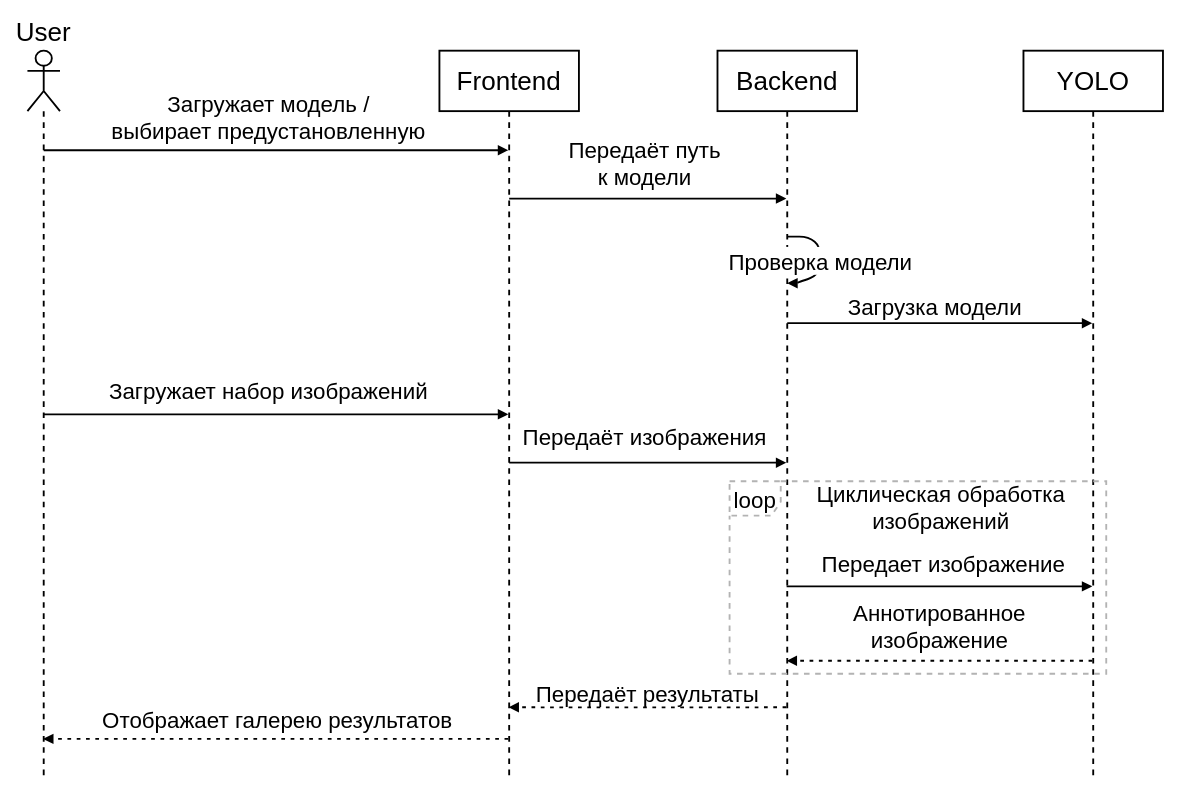
Before: page "Страница — 1" (1 of 3) of ВКР/Диаграмма.drawio in FaceMan01/Homework, a draw.io diagram. Source tidied: cells renumbered, new cells numbered last; positions are measured from the earlier drawing's top-left corner, leaving out a move shared by most shapes. Both pictures are drawn from the tidied source at 93%, with x=0, y=0 at pixel (27, 50).
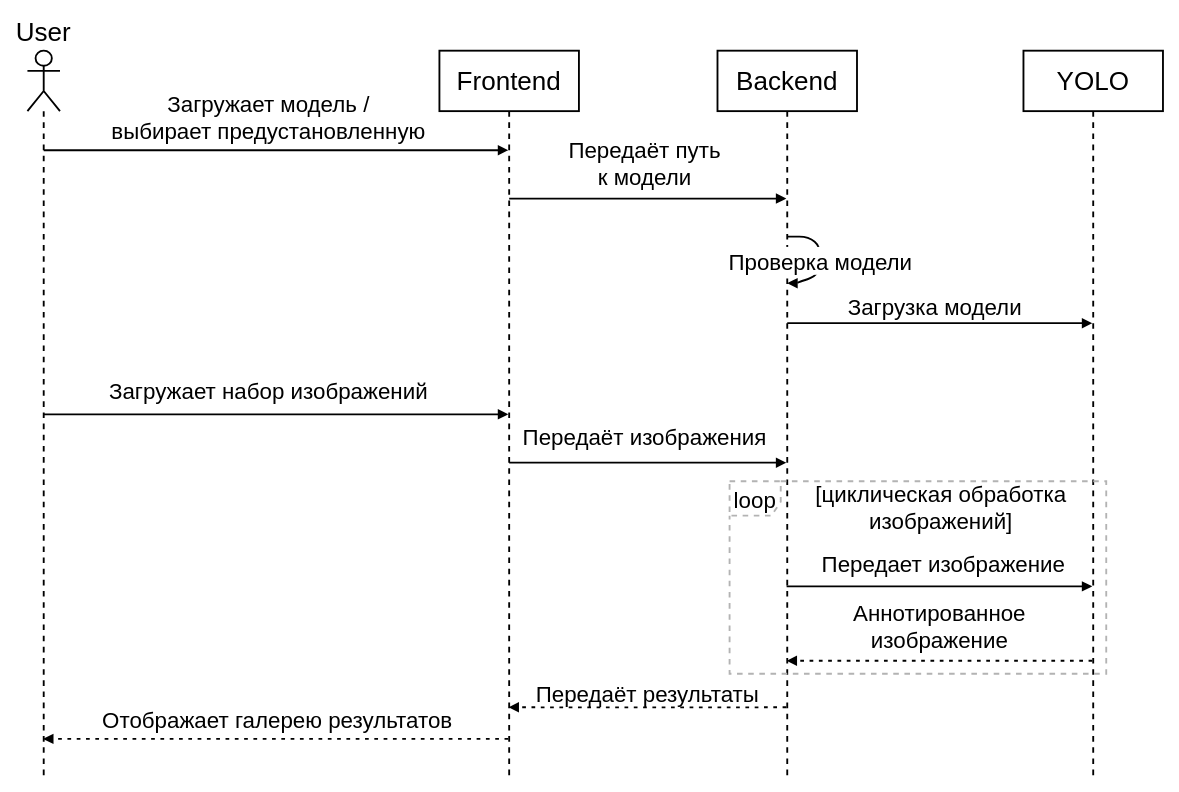
The same page after the edit.

Change to the diagram source:
```diff
@@
-    <mxCell id="17" value="Циклическая обработка&#10;изображений" style="text;strokeColor=none;fillColor=none;align=center;verticalAlign=middle;whiteSpace=wrap;fontSize=24;strokeWidth=2;shadow=0;" parent="1" vertex="1">
+    <mxCell id="17" value="[циклическая обработка&#10;изображений]" style="text;strokeColor=none;fillColor=none;align=center;verticalAlign=middle;whiteSpace=wrap;fontSize=24;strokeWidth=2;shadow=0;" parent="1" vertex="1">
       <mxGeometry x="805.2" y="476.6" width="354.8" height="30.5" as="geometry" />
     </mxCell>
```
